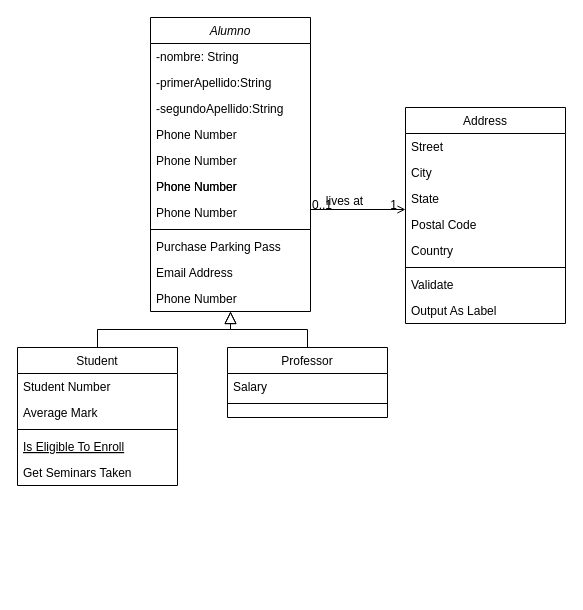
Before: Untitled Diagram.drawio in a2772/J-001-ProyectosCurso, a draw.io diagram. Source tidied: cells renumbered, new cells numbered last; positions are measured from the earlier drawing's top-left corner, leaving out a move shared by most shapes. Both pictures are drawn from the tidied source at 100%, with x=0, y=0 at pixel (17, 17).
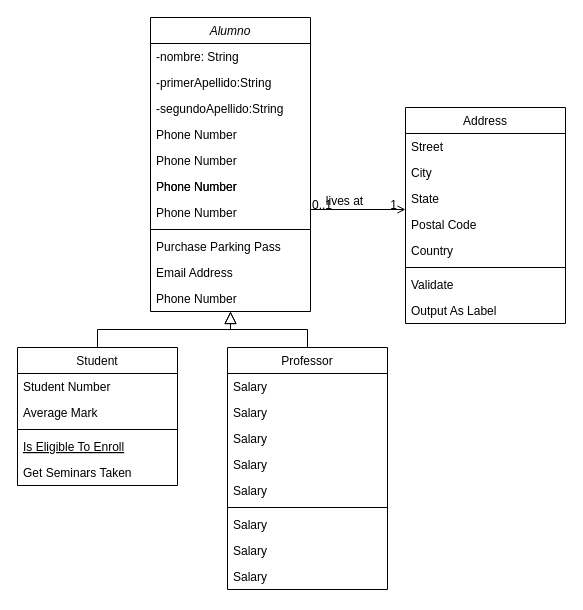
Above is the later version.

What changed in the source:
```diff
@@
     <mxCell id="21" value="Professor" style="swimlane;fontStyle=0;align=center;verticalAlign=top;horizontal=1;startSize=26;rounded=0;shadow=0;strokeWidth=1;" parent="1" vertex="1">
-      <mxGeometry x="210" y="330" width="160" height="70" as="geometry" />
+      <mxGeometry x="210" y="330" width="160" height="242" as="geometry" />
     </mxCell>
@@
+    <mxCell id="39" value="Salary" style="text;align=left;verticalAlign=top;spacingLeft=4;spacingRight=4;overflow=hidden;" parent="21" vertex="1">
+      <mxGeometry y="52" width="160" height="26" as="geometry" />
+    </mxCell>
+    <mxCell id="40" value="Salary" style="text;align=left;verticalAlign=top;spacingLeft=4;spacingRight=4;overflow=hidden;" parent="21" vertex="1">
+      <mxGeometry y="78" width="160" height="26" as="geometry" />
+    </mxCell>
+    <mxCell id="41" value="Salary" style="text;align=left;verticalAlign=top;spacingLeft=4;spacingRight=4;overflow=hidden;" parent="21" vertex="1">
+      <mxGeometry y="104" width="160" height="26" as="geometry" />
+    </mxCell>
+    <mxCell id="42" value="Salary" style="text;align=left;verticalAlign=top;spacingLeft=4;spacingRight=4;overflow=hidden;" parent="21" vertex="1">
+      <mxGeometry y="130" width="160" height="26" as="geometry" />
+    </mxCell>
     <mxCell id="23" style="line;html=1;strokeWidth=1;align=left;verticalAlign=middle;spacingTop=-1;spacingLeft=3;spacingRight=3;labelPosition=right;" parent="21" vertex="1">
-      <mxGeometry y="52" width="160" height="8" as="geometry" />
+      <mxGeometry y="156" width="160" height="8" as="geometry" />
     </mxCell>
+    <mxCell id="43" value="Salary" style="text;align=left;verticalAlign=top;spacingLeft=4;spacingRight=4;overflow=hidden;" parent="21" vertex="1">
+      <mxGeometry y="164" width="160" height="26" as="geometry" />
+    </mxCell>
+    <mxCell id="44" value="Salary" style="text;align=left;verticalAlign=top;spacingLeft=4;spacingRight=4;overflow=hidden;" parent="21" vertex="1">
+      <mxGeometry y="190" width="160" height="26" as="geometry" />
+    </mxCell>
+    <mxCell id="45" value="Salary" style="text;align=left;verticalAlign=top;spacingLeft=4;spacingRight=4;overflow=hidden;" parent="21" vertex="1">
+      <mxGeometry y="216" width="160" height="26" as="geometry" />
+    </mxCell>
```
